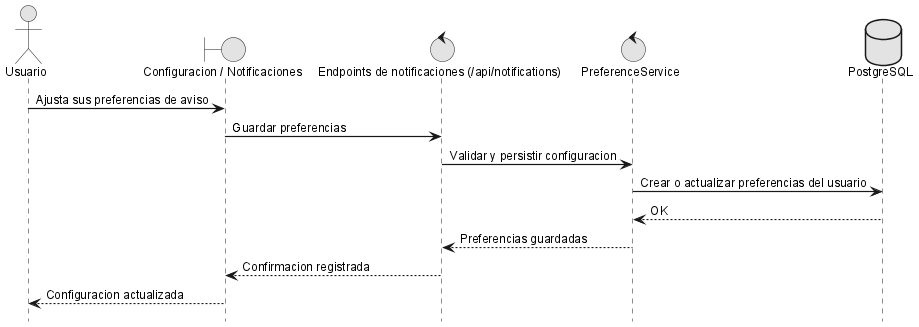
Before: anexos/diagramas/seq-preferences.png, a diagram exported from PlantUML (ErDeivih/DocumentChain).
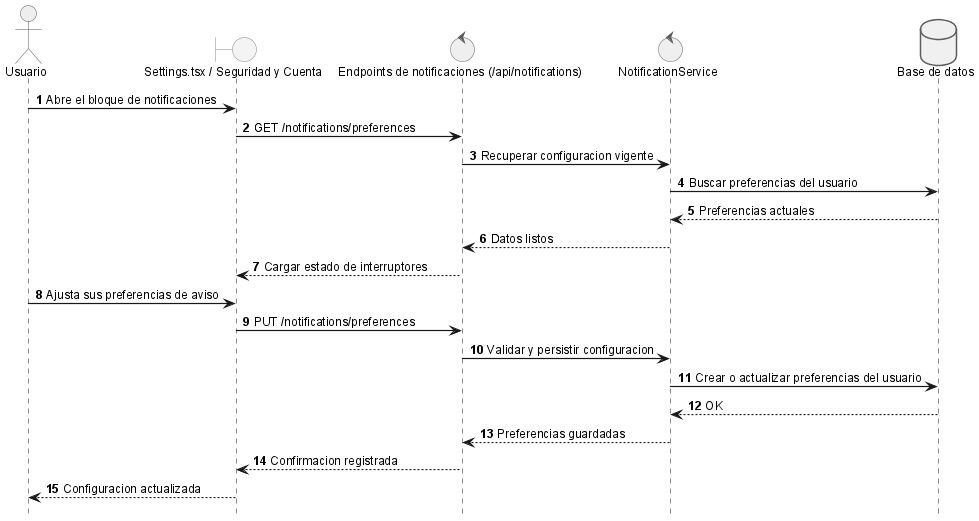
The same diagram one commit later.

Change to the diagram source:
```diff
@@ -1,13 +1,21 @@
 @startuml
 !include _sequence-style.puml
 actor Usuario as user
-boundary "Configuracion / Notificaciones" as ui
+boundary "Settings.tsx / Seguridad y Cuenta" as ui
 control "Endpoints de notificaciones (/api/notifications)" as api
-control "PreferenceService" as srv
-database "PostgreSQL" as db
+control "NotificationService" as srv
+database "Base de datos" as db
+
+user -> ui: Abre el bloque de notificaciones
+ui -> api: GET /notifications/preferences
+api -> srv: Recuperar configuracion vigente
+srv -> db: Buscar preferencias del usuario
+db --> srv: Preferencias actuales
+srv --> api: Datos listos
+api --> ui: Cargar estado de interruptores
 
 user -> ui: Ajusta sus preferencias de aviso
-ui -> api: Guardar preferencias
+ui -> api: PUT /notifications/preferences
 api -> srv: Validar y persistir configuracion
 srv -> db: Crear o actualizar preferencias del usuario
 db --> srv: OK
```
